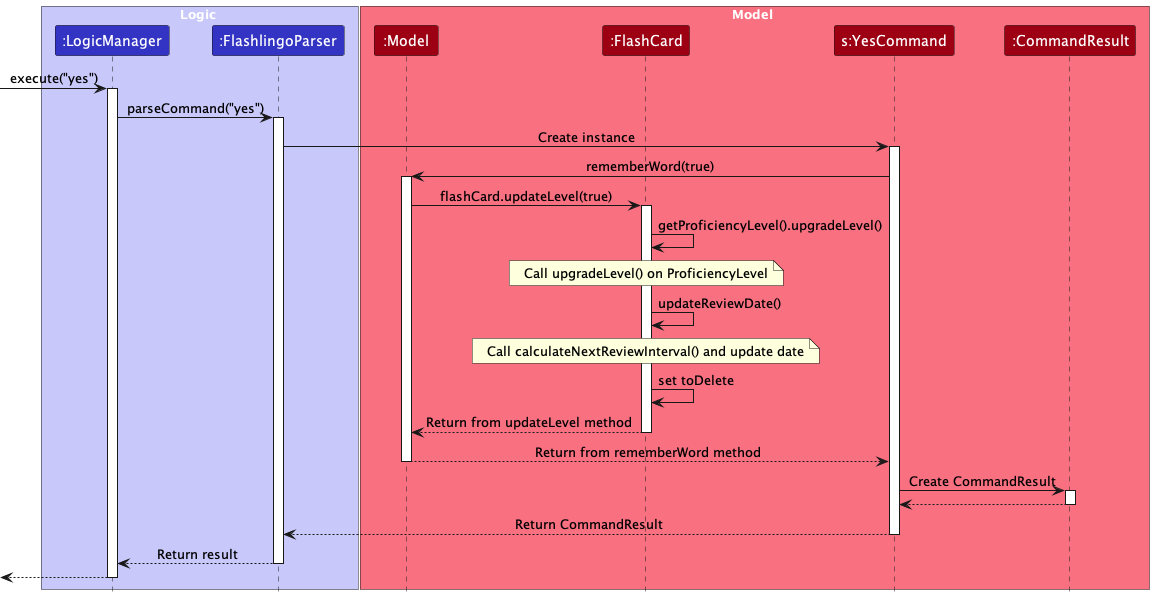
Before: docs/images/YesSequenceDiagram.png, a diagram exported from PlantUML (nus-cs2103-AY2324S1/tp). Source of this version:
```plantuml
@startuml
!include style.puml
skinparam ArrowFontStyle plain

box Logic LOGIC_COLOR_T1
participant ":LogicManager" as LogicManager LOGIC_COLOR
participant ":FlashlingoParser" as FlashlingoParser LOGIC_COLOR
end box

box Model MODEL_COLOR_T1
participant ":Model" as Model MODEL_COLOR
participant ":FlashCard" as FlashCard MODEL_COLOR
participant "s:YesCommand" as YesCommand MODEL_COLOR
participant ":CommandResult" as CommandResult MODEL_COLOR
end box

[-> LogicManager : execute("yes")
activate LogicManager

LogicManager -> FlashlingoParser : parseCommand("yes")
activate FlashlingoParser

FlashlingoParser -> YesCommand : Create instance
activate YesCommand

YesCommand -> Model : rememberWord(true)
activate Model

Model -> FlashCard : flashCard.updateLevel(true)
activate FlashCard

FlashCard -> FlashCard : getProficiencyLevel().upgradeLevel()
note over FlashCard: Call upgradeLevel() on ProficiencyLevel
FlashCard -> FlashCard : updateReviewDate()
note over FlashCard: Call calculateNextReviewInterval() and update date
FlashCard -> FlashCard : set toDelete
FlashCard --> Model : Return from updateLevel method
deactivate FlashCard

Model --> YesCommand : Return from rememberWord method
deactivate Model

YesCommand -> CommandResult : Create CommandResult
activate CommandResult

CommandResult --> YesCommand
deactivate CommandResult

YesCommand --> FlashlingoParser : Return CommandResult
deactivate YesCommand

FlashlingoParser --> LogicManager : Return result
deactivate FlashlingoParser

[<--LogicManager
deactivate LogicManager
@enduml
```
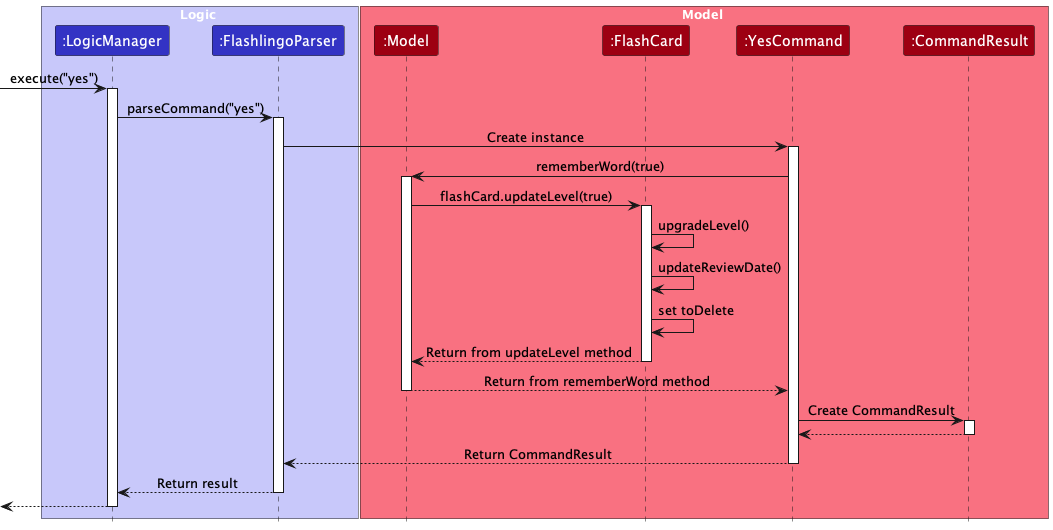
After the change.

Diff of the diagram source:
```diff
@@ -10,7 +10,7 @@
 box Model MODEL_COLOR_T1
 participant ":Model" as Model MODEL_COLOR
 participant ":FlashCard" as FlashCard MODEL_COLOR
-participant "s:YesCommand" as YesCommand MODEL_COLOR
+participant ":YesCommand" as YesCommand MODEL_COLOR
 participant ":CommandResult" as CommandResult MODEL_COLOR
 end box
 
@@ -29,10 +29,8 @@
 Model -> FlashCard : flashCard.updateLevel(true)
 activate FlashCard
 
-FlashCard -> FlashCard : getProficiencyLevel().upgradeLevel()
-note over FlashCard: Call upgradeLevel() on ProficiencyLevel
+FlashCard -> FlashCard : upgradeLevel()
 FlashCard -> FlashCard : updateReviewDate()
-note over FlashCard: Call calculateNextReviewInterval() and update date
 FlashCard -> FlashCard : set toDelete
 FlashCard --> Model : Return from updateLevel method
 deactivate FlashCard
```
